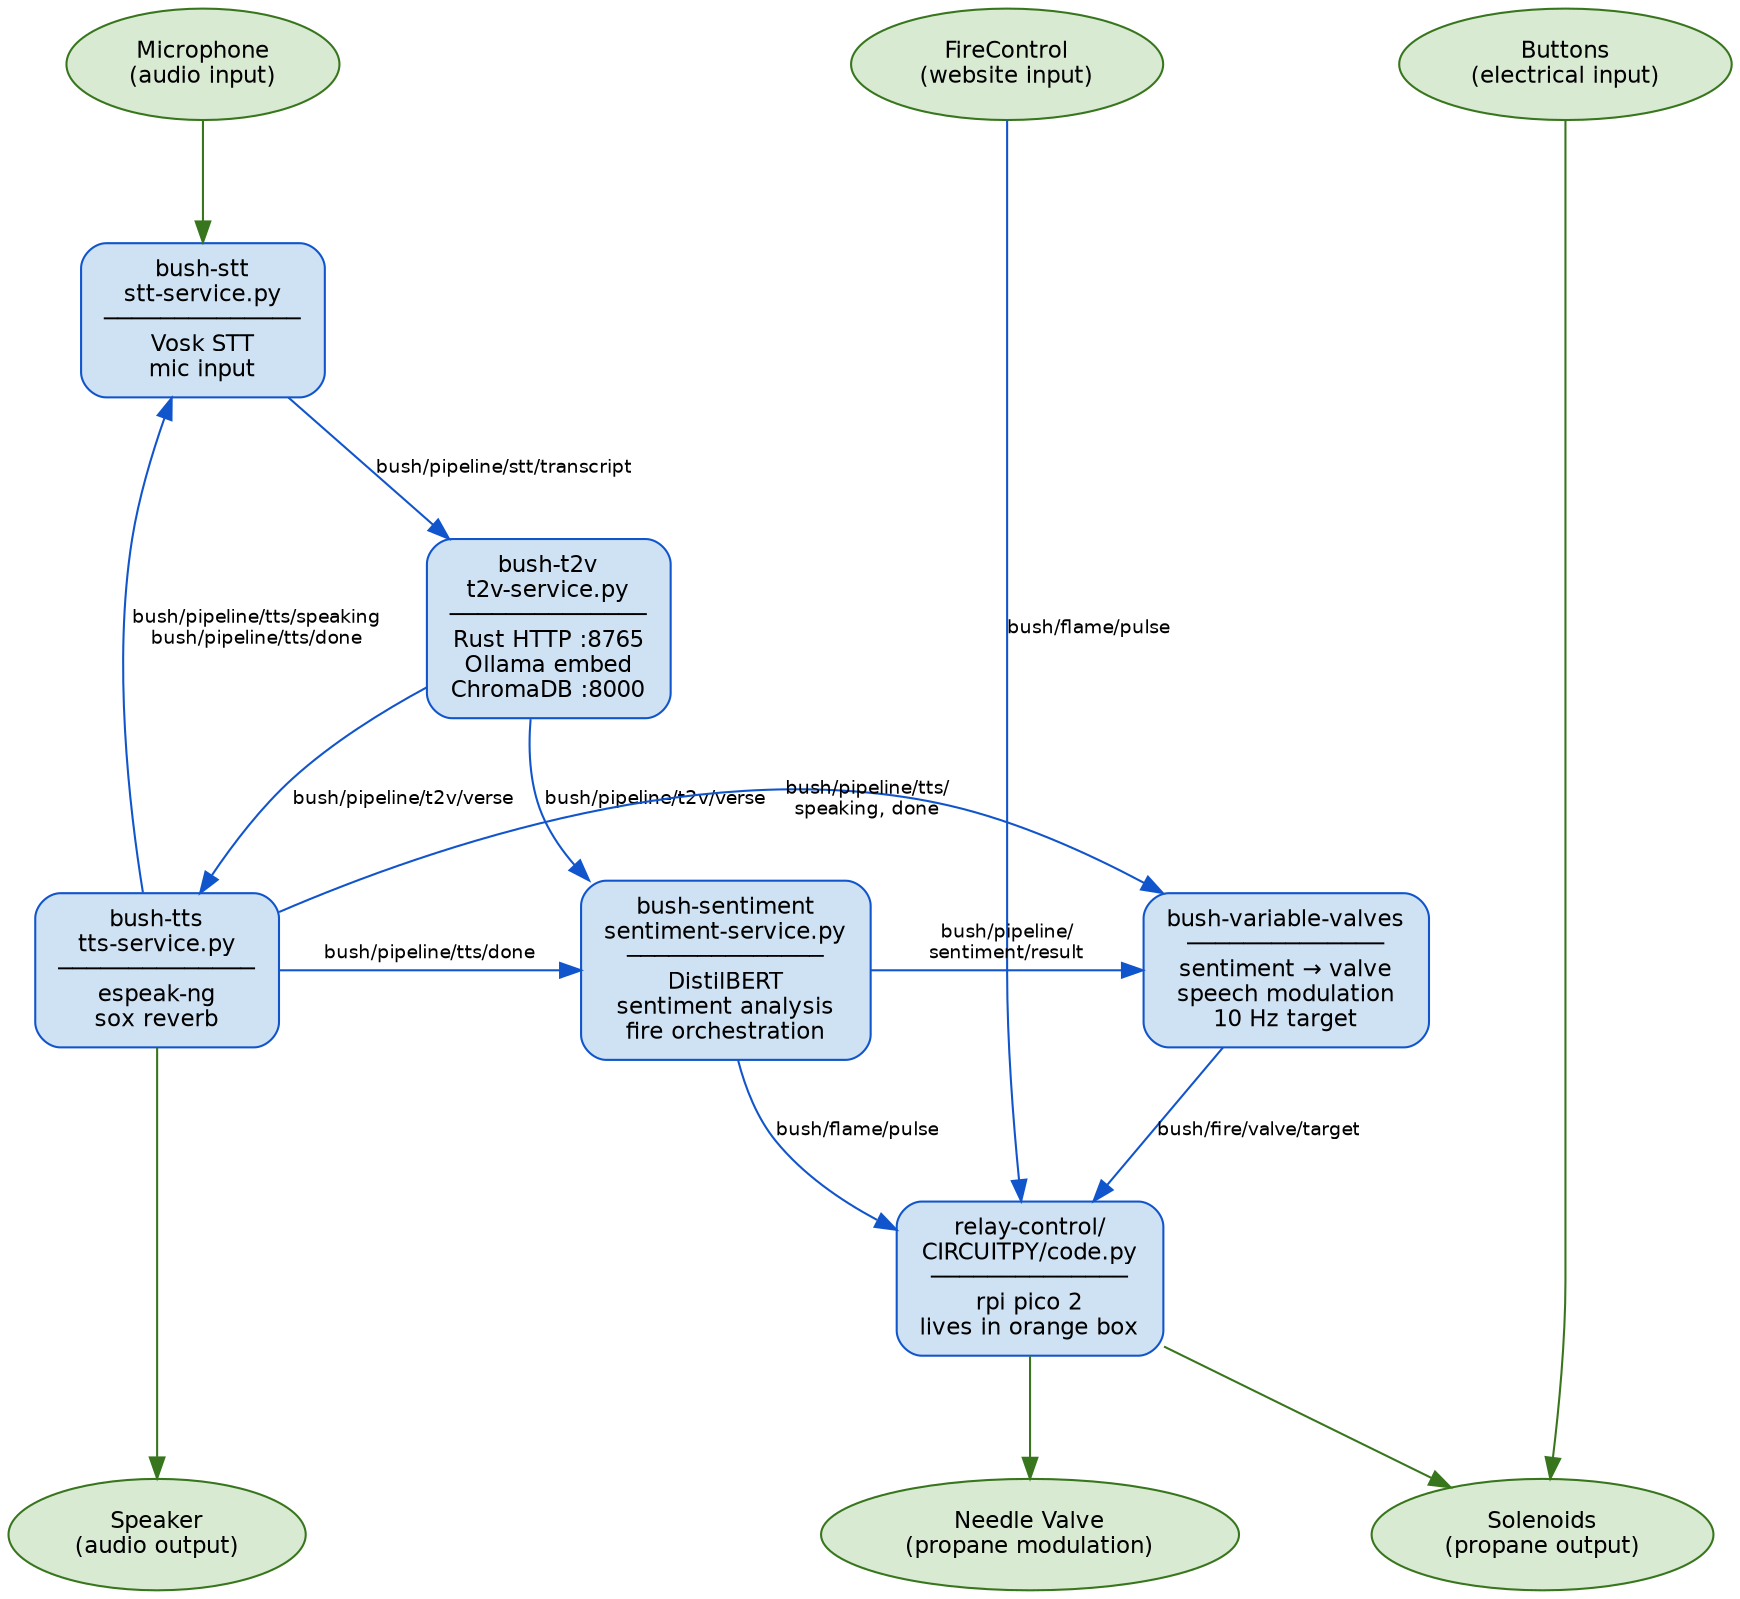
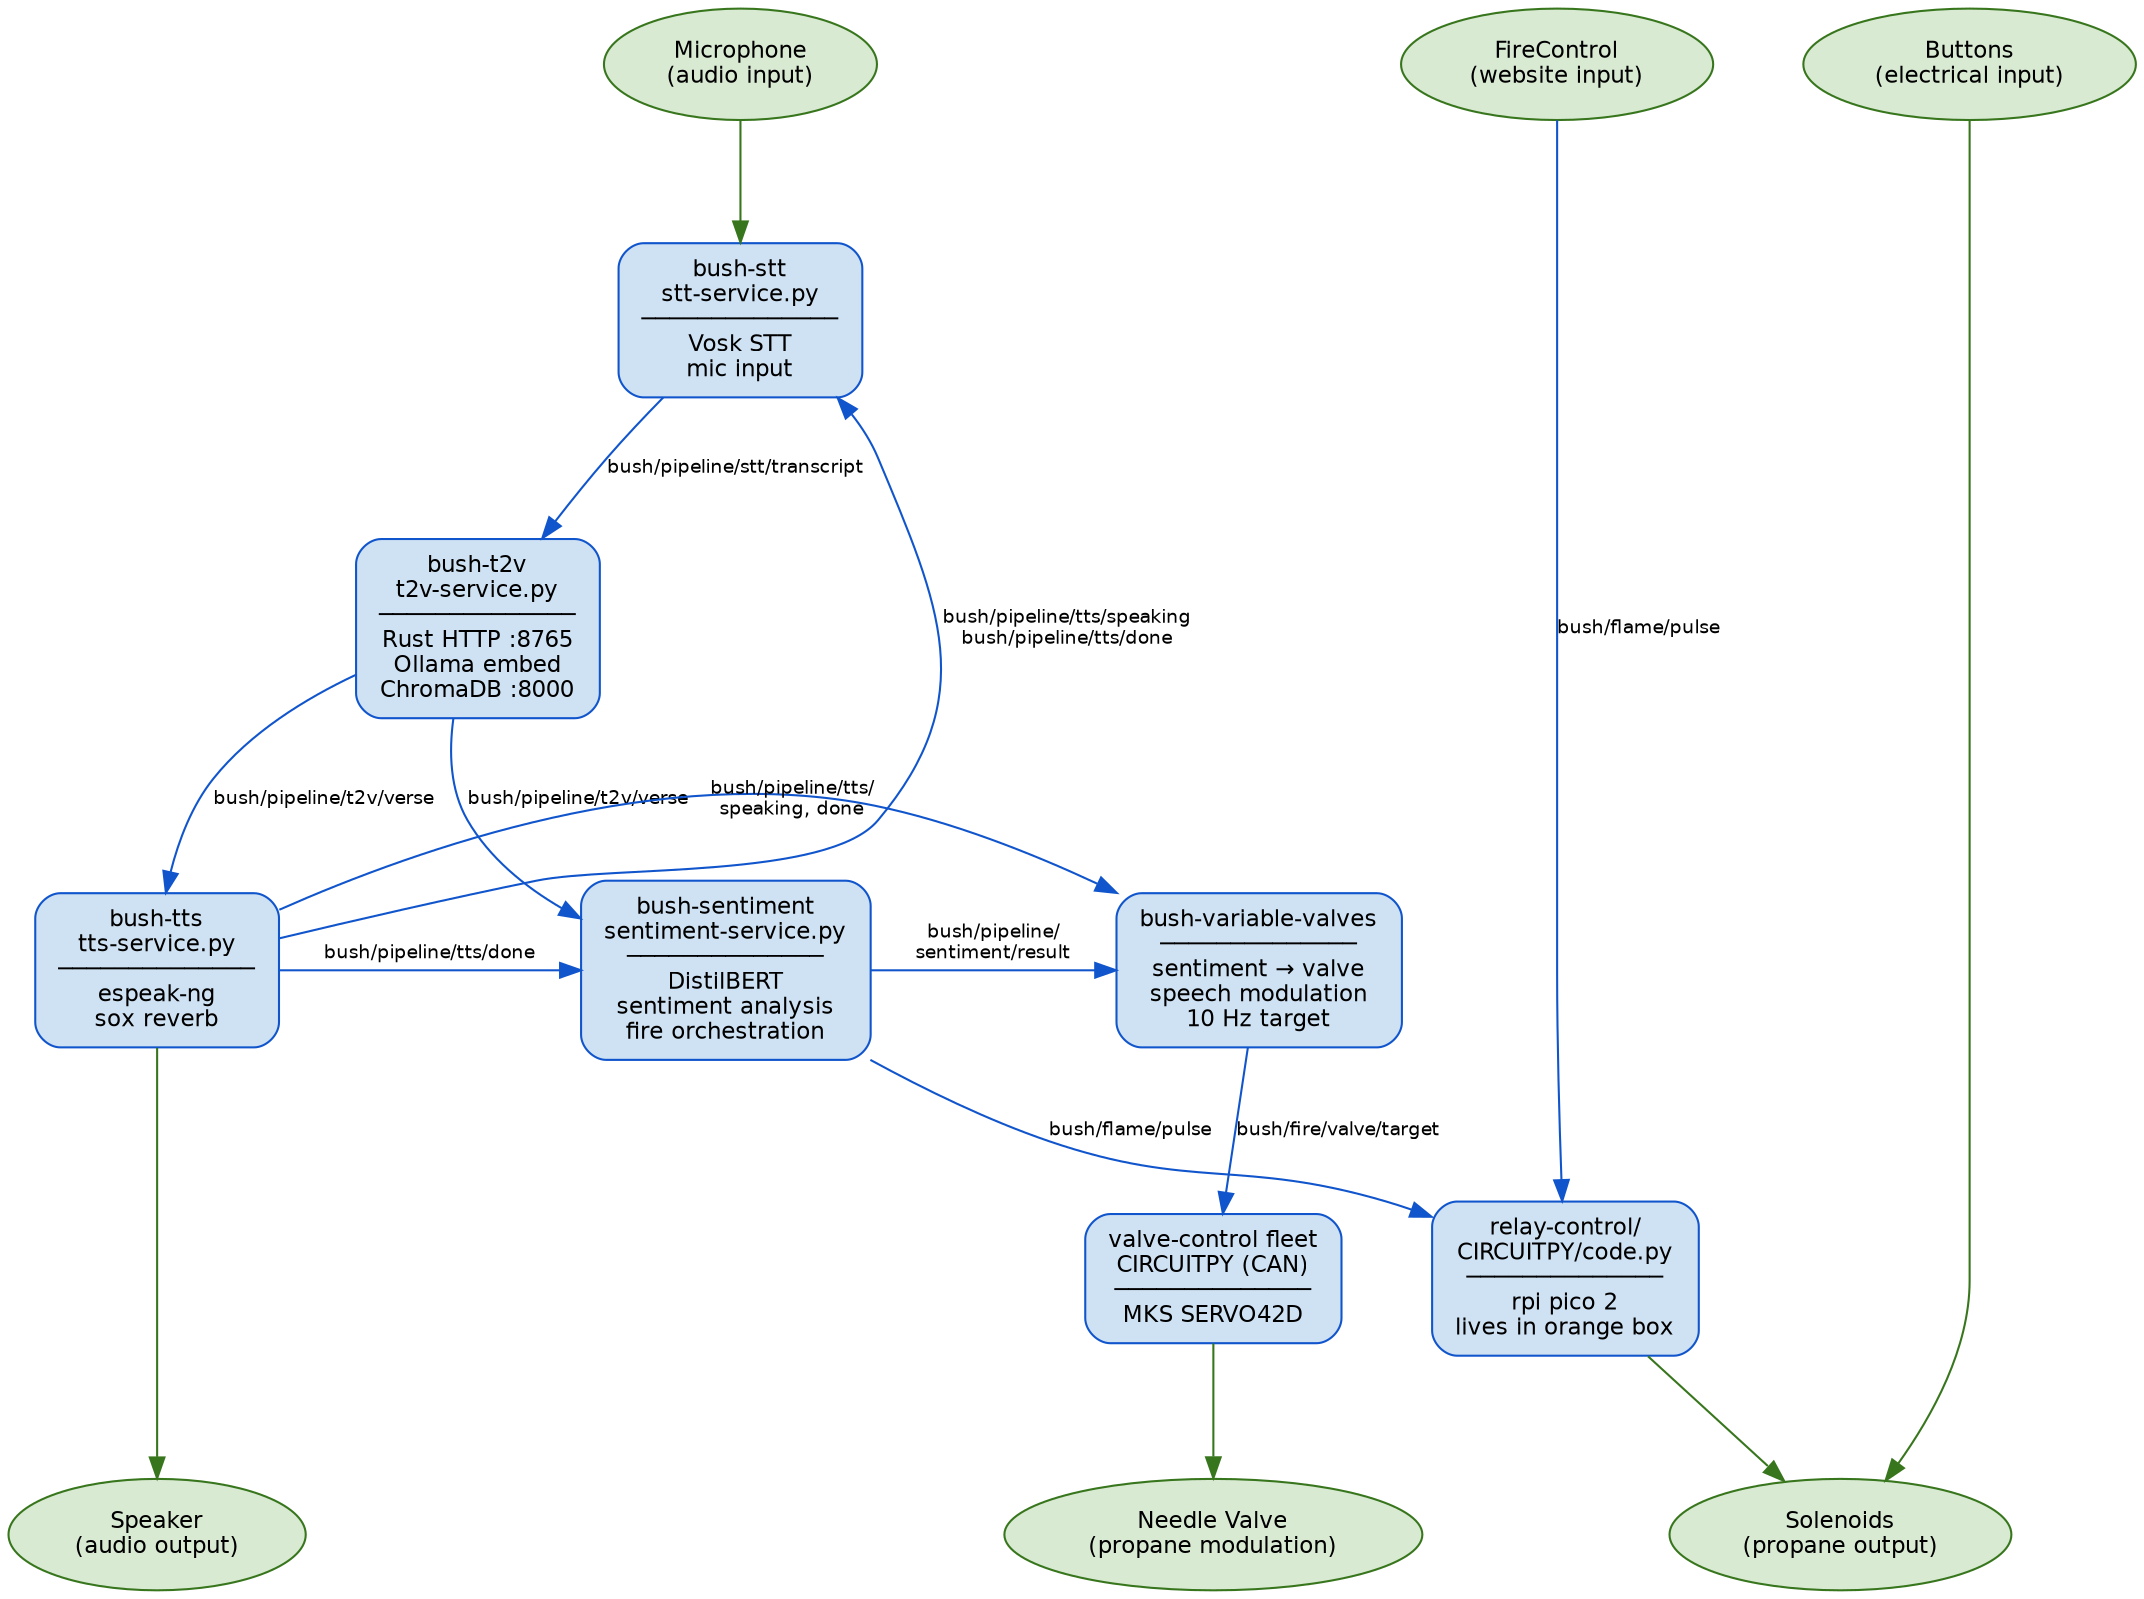
digraph bushglue {
    graph [
        rankdir=TD
        fontname="Helvetica"
        fontsize=12
        nodesep=0.6
        ranksep=0.8
        bgcolor="white"
    ]
    node [
        fontname="Helvetica"
        fontsize=11
        shape=box
        style="rounded,filled"
        fillcolor="#f5f5f5"
        color="#555555"
        margin="0.15,0.1"
    ]
    edge [
        fontname="Helvetica"
        fontsize=9
        color="#444444"
        labeldistance=2
    ]

    // IO
    MIC [label="Microphone\n(audio input)" shape=ellipse fillcolor="#d9ead3" color="#38761d"]
    SPEAKER [label="Speaker\n(audio output)" shape=ellipse fillcolor="#d9ead3" color="#38761d"]
    FLAME [label="Solenoids\n(propane output)" shape=ellipse fillcolor="#d9ead3" color="#38761d"]
    BUTTONS [label="Buttons\n(electrical input)" shape=ellipse fillcolor="#d9ead3" color="#38761d"]
    FIRECONTROL [label="FireControl\n(website input)" shape=ellipse fillcolor="#d9ead3" color="#38761d"]
    //MONITOR [label="bush-monitor\n(terminal input)" shape=ellipse fillcolor="#d9ead3" color="#38761d"]

    // Services
    STT [label="bush-stt\nstt-service.py\n──────────────\nVosk STT\nmic input" fillcolor="#cfe2f3" color="#1155cc"]
    T2V [label="bush-t2v\nt2v-service.py\n──────────────\nRust HTTP :8765\nOllama embed\nChromaDB :8000" fillcolor="#cfe2f3" color="#1155cc"]
    TTS [label="bush-tts\ntts-service.py\n──────────────\nespeak-ng\nsox reverb" fillcolor="#cfe2f3" color="#1155cc"]
    SENTIMENT [label="bush-sentiment\nsentiment-service.py\n──────────────\nDistilBERT\nsentiment analysis\nfire orchestration" fillcolor="#cfe2f3" color="#1155cc"]
    RELAYS [label="relay-control/\nCIRCUITPY/code.py\n──────────────\nrpi pico 2\nlives in orange box" fillcolor="#cfe2f3" color="#1155cc"]
+     VALVES [label="valve-control fleet\nCIRCUITPY (CAN)\n──────────────\nMKS SERVO42D" fillcolor="#cfe2f3" color="#1155cc"]
    FLAME_EXPR [label="bush-variable-valves\n──────────────\nsentiment → valve\nspeech modulation\n10 Hz target" fillcolor="#cfe2f3" color="#1155cc"]
    NEEDLE_VALVE [label="Needle Valve\n(propane modulation)" shape=ellipse fillcolor="#d9ead3" color="#38761d"]

    // Layout hints
    { rank=source; MIC; BUTTONS; FIRECONTROL }
    { rank=same; TTS; SENTIMENT; FLAME_EXPR }
    { rank=sink; SPEAKER; FLAME; NEEDLE_VALVE }

    // Audio paths
    MIC -> STT [color="#38761d"]
    TTS -> SPEAKER [color="#38761d"]

    // Main pipeline
    STT -> T2V [label="bush/pipeline/stt/transcript" color="#1155cc"]
    T2V -> TTS [label="bush/pipeline/t2v/verse" color="#1155cc"]
    T2V -> SENTIMENT [label="bush/pipeline/t2v/verse" color="#1155cc"]

    // TTS feedback
    TTS -> STT [label="bush/pipeline/tts/speaking\nbush/pipeline/tts/done" color="#1155cc"]
    TTS -> SENTIMENT [label="bush/pipeline/tts/done" color="#1155cc"]

    // Flame effects (solenoid pulsing)
    SENTIMENT -> RELAYS [label="bush/flame/pulse" color="#1155cc"]
    FIRECONTROL -> RELAYS [label="bush/flame/pulse" color="#1155cc"]
    BUTTONS -> FLAME [color="#38761d"]
    RELAYS -> FLAME [color="#38761d"]

    // Needle valve (smooth modulation)
    SENTIMENT -> FLAME_EXPR [label="bush/pipeline/\nsentiment/result" color="#1155cc"]
    TTS -> FLAME_EXPR [label="bush/pipeline/tts/\nspeaking, done" color="#1155cc"]
-     FLAME_EXPR -> RELAYS [label="bush/fire/valve/target" color="#1155cc"]
-     RELAYS -> NEEDLE_VALVE [color="#38761d"]
+     FLAME_EXPR -> VALVES [label="bush/fire/valve/target" color="#1155cc"]
+     VALVES -> NEEDLE_VALVE [color="#38761d"]
}
